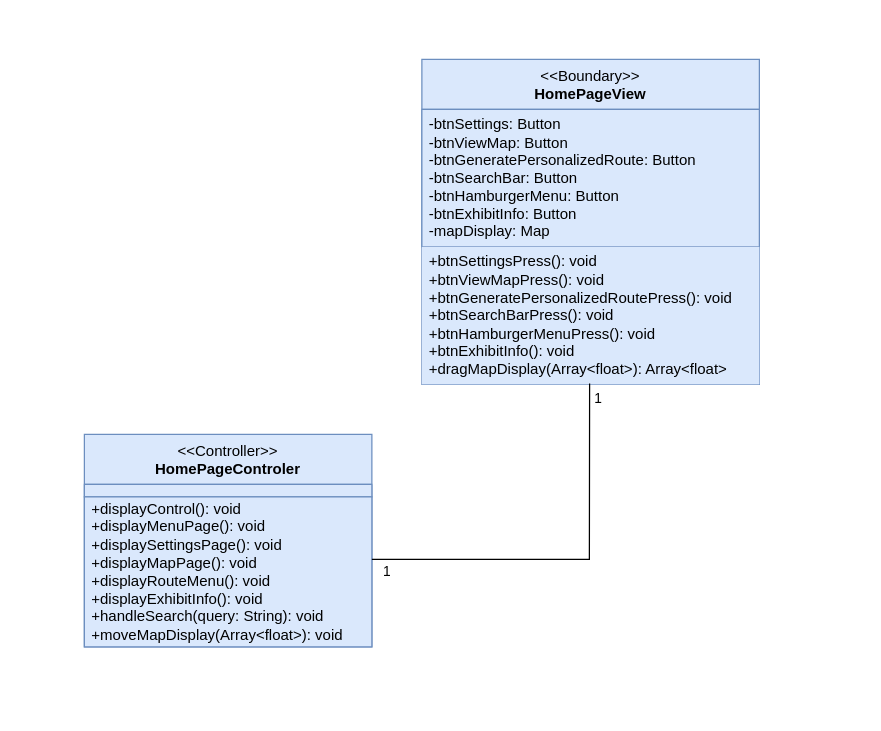
Before: Class Diagrams/Home Page.drawio in gsklaven/MusePath, a draw.io diagram. Source tidied: cells renumbered, new cells numbered last; positions are measured from the earlier drawing's top-left corner, leaving out a move shared by most shapes. Both pictures are drawn from the tidied source at 125%, with x=0, y=0 at pixel (84, 59).
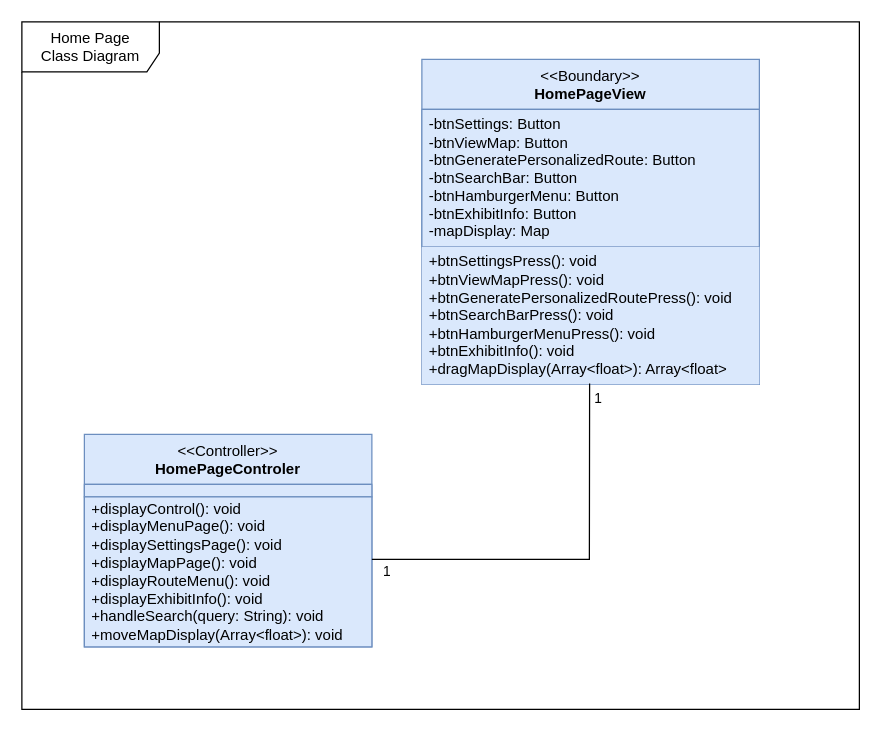
After the change.

Commit message (it also covers changes not shown here):
add background on diagrams

What changed in the source:
```diff
@@
-<mxGraphModel>
+<mxGraphModel background="#ffffff">
   <root>
     <mxCell id="0" />
     <mxCell id="1" parent="0" />
     <mxCell id="2" value="&amp;lt;&amp;lt;Boundary&amp;gt;&amp;gt;&lt;br&gt;&lt;b&gt;HomePageView&lt;/b&gt;" style="swimlane;fontStyle=0;align=center;verticalAlign=top;horizontal=1;startSize=40;html=1;whiteSpace=wrap;fillColor=#dae8fc;strokeColor=#6c8ebf;swimlaneFillColor=none;gradientColor=none;fillStyle=auto;" parent="1" vertex="1">
       <mxGeometry x="270" width="270" height="260" as="geometry" />
     </mxCell>
     <mxCell id="3" value="&lt;font style=&quot;color: rgb(0, 0, 0);&quot;&gt;-btnSettings: Button&lt;/font&gt;&lt;div&gt;&lt;font style=&quot;color: rgb(0, 0, 0);&quot;&gt;-btnViewMap: Button&lt;/font&gt;&lt;/div&gt;&lt;div&gt;&lt;font style=&quot;color: rgb(0, 0, 0);&quot;&gt;-btnGeneratePersonalizedRoute: Button&lt;/font&gt;&lt;/div&gt;&lt;div&gt;&lt;font style=&quot;color: rgb(0, 0, 0);&quot;&gt;-btnSearchBar: Button&lt;/font&gt;&lt;/div&gt;&lt;div&gt;&lt;font style=&quot;color: rgb(0, 0, 0);&quot;&gt;-btnHamburgerMenu: Button&lt;/font&gt;&lt;/div&gt;&lt;div&gt;&lt;font style=&quot;color: rgb(0, 0, 0);&quot;&gt;-btnExhibitInfo: Button&lt;/font&gt;&lt;/div&gt;&lt;div&gt;&lt;font style=&quot;color: rgb(0, 0, 0);&quot;&gt;-mapDisplay: Map&lt;/font&gt;&lt;/div&gt;" style="text;html=1;strokeColor=#6c8ebf;fillColor=#dae8fc;align=left;verticalAlign=middle;spacingLeft=4;spacingRight=4;overflow=hidden;whiteSpace=wrap;swimlaneFillColor=none;gradientColor=none;fillStyle=auto;" parent="2" vertex="1">
       <mxGeometry y="40" width="270" height="110" as="geometry" />
     </mxCell>
     <mxCell id="4" value="&lt;span&gt;&lt;font style=&quot;color: rgb(0, 0, 0);&quot;&gt;+btnSettingsPress(): void&lt;/font&gt;&lt;/span&gt;&lt;div&gt;&lt;font style=&quot;color: rgb(0, 0, 0);&quot;&gt;+btnViewMapPress(): void&lt;/font&gt;&lt;/div&gt;&lt;div&gt;&lt;font style=&quot;color: rgb(0, 0, 0);&quot;&gt;+btnGeneratePersonalizedRoutePress(): void&lt;/font&gt;&lt;/div&gt;&lt;div&gt;&lt;font style=&quot;color: rgb(0, 0, 0);&quot;&gt;+btnSearchBar&lt;span style=&quot;background-color: transparent;&quot;&gt;Press(): void&lt;/span&gt;&lt;/font&gt;&lt;/div&gt;&lt;div&gt;&lt;font style=&quot;color: rgb(0, 0, 0);&quot;&gt;+btnHamburgerMenu&lt;span style=&quot;background-color: transparent;&quot;&gt;Press(): void&lt;/span&gt;&lt;/font&gt;&lt;/div&gt;&lt;div&gt;&lt;span style=&quot;background-color: transparent;&quot;&gt;&lt;font style=&quot;color: rgb(0, 0, 0);&quot;&gt;+btnExhibitInfo(): void&lt;/font&gt;&lt;/span&gt;&lt;/div&gt;&lt;div&gt;&lt;font style=&quot;color: rgb(0, 0, 0);&quot;&gt;&lt;span style=&quot;background-color: transparent; box-shadow: none !important;&quot;&gt;+&lt;/span&gt;&lt;span style=&quot;background-color: transparent; box-shadow: none !important;&quot;&gt;&lt;font&gt;dragMapDisplay&lt;/font&gt;&lt;/span&gt;&lt;span style=&quot;background-color: transparent; box-shadow: none !important;&quot;&gt;(&lt;/span&gt;&lt;span style=&quot;background-color: transparent; box-shadow: none !important;&quot;&gt;Array&amp;lt;float&amp;gt;&lt;/span&gt;&lt;span style=&quot;background-color: transparent; box-shadow: none !important;&quot;&gt;): Array&amp;lt;float&amp;gt;&lt;/span&gt;&lt;/font&gt;&lt;/div&gt;" style="text;html=1;strokeColor=none;fillColor=#dae8fc;align=left;verticalAlign=middle;spacingLeft=4;spacingRight=4;overflow=hidden;points=[[0,0.5],[1,0.5]];portConstraint=eastwest;whiteSpace=wrap;swimlaneFillColor=none;gradientColor=none;fillStyle=auto;" parent="2" vertex="1">
       <mxGeometry y="150" width="270" height="110" as="geometry" />
     </mxCell>
     <mxCell id="5" value="&lt;font style=&quot;color: rgb(0, 0, 0);&quot;&gt;&amp;lt;&amp;lt;Controller&amp;gt;&amp;gt;&lt;br&gt;&lt;b&gt;HomePageControler&lt;/b&gt;&lt;/font&gt;" style="swimlane;fontStyle=0;align=center;verticalAlign=top;horizontal=1;startSize=40;html=1;whiteSpace=wrap;fillColor=#dae8fc;strokeColor=#6c8ebf;swimlaneFillColor=none;gradientColor=none;fillStyle=auto;" parent="1" vertex="1">
       <mxGeometry y="300" width="230" height="170" as="geometry" />
     </mxCell>
     <mxCell id="6" style="text;html=1;strokeColor=#6c8ebf;fillColor=#dae8fc;align=left;verticalAlign=middle;spacingLeft=4;spacingRight=4;overflow=hidden;whiteSpace=wrap;swimlaneFillColor=none;gradientColor=none;fillStyle=auto;" parent="5" vertex="1">
       <mxGeometry y="40" width="230" height="10" as="geometry" />
     </mxCell>
     <mxCell id="7" value="&lt;div&gt;&lt;font style=&quot;color: rgb(0, 0, 0);&quot;&gt;+displayControl(): void&lt;/font&gt;&lt;/div&gt;&lt;font style=&quot;color: rgb(0, 0, 0);&quot;&gt;+displayMenuPage(): void&lt;/font&gt;&lt;div&gt;&lt;font style=&quot;color: rgb(0, 0, 0);&quot;&gt;+displaySettingsPage(): void&lt;/font&gt;&lt;/div&gt;&lt;div&gt;&lt;font style=&quot;color: rgb(0, 0, 0);&quot;&gt;+displayMapPage(): void&lt;/font&gt;&lt;/div&gt;&lt;div&gt;&lt;font style=&quot;color: rgb(0, 0, 0);&quot;&gt;+displayRouteMenu(): void&lt;/font&gt;&lt;/div&gt;&lt;div&gt;&lt;font style=&quot;color: rgb(0, 0, 0);&quot;&gt;+displayExhibitInfo(): void&lt;/font&gt;&lt;/div&gt;&lt;div&gt;&lt;font style=&quot;color: rgb(0, 0, 0);&quot;&gt;+handleSearch(query: String): void&lt;/font&gt;&lt;/div&gt;&lt;div&gt;&lt;font style=&quot;color: rgb(0, 0, 0);&quot;&gt;+moveMapDisplay(Array&amp;lt;float&amp;gt;): void&lt;/font&gt;&lt;/div&gt;" style="text;html=1;strokeColor=#6c8ebf;fillColor=#dae8fc;align=left;verticalAlign=middle;spacingLeft=4;spacingRight=4;overflow=hidden;whiteSpace=wrap;swimlaneFillColor=none;gradientColor=none;fillStyle=auto;" parent="5" vertex="1">
       <mxGeometry y="50" width="230" height="120" as="geometry" />
     </mxCell>
     <mxCell id="8" style="endArrow=none;startArrow=none;endFill=0;startFill=0;endSize=8;html=1;verticalAlign=bottom;labelBackgroundColor=none;strokeWidth=1;entryX=0.497;entryY=0.993;entryDx=0;entryDy=0;entryPerimeter=0;strokeColor=default;rounded=0;curved=0;" parent="1" edge="1" target="4">
       <mxGeometry relative="1" as="geometry">
         <mxPoint x="230" y="400" as="sourcePoint" />
         <Array as="points">
           <mxPoint x="404" y="400" />
         </Array>
       </mxGeometry>
     </mxCell>
     <mxCell id="9" value="1" style="edgeLabel;html=1;align=center;verticalAlign=middle;" parent="8" vertex="1">
       <mxGeometry x="0.93" y="-1" relative="1" as="geometry">
         <mxPoint x="5" as="offset" />
       </mxGeometry>
     </mxCell>
     <mxCell id="10" value="1" style="edgeLabel;html=1;align=center;verticalAlign=middle;" parent="1" vertex="1">
       <mxGeometry x="420.2" y="281.2" as="geometry">
         <mxPoint x="-179" y="128" as="offset" />
       </mxGeometry>
     </mxCell>
+    <mxCell id="11" value="Home Page&lt;br&gt;&lt;div&gt;Class Diagram&lt;/div&gt;" style="shape=umlFrame;whiteSpace=wrap;html=1;width=110;height=40;" parent="1" vertex="1">
+      <mxGeometry x="-50" y="-30" width="670" height="550" as="geometry" />
+    </mxCell>
   </root>
 </mxGraphModel>
```
